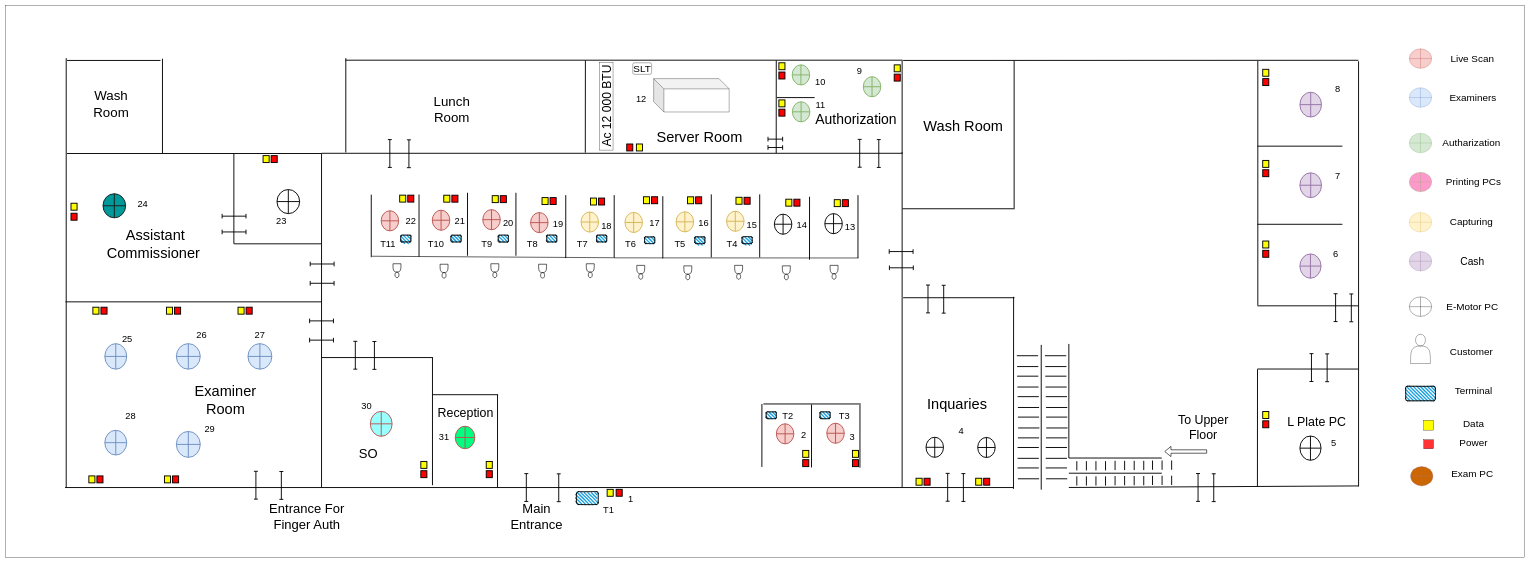
Earlier version of the draw.io diagram gampaha_full.drawio (thushan-harshajeewa/dmt-diagrams). Source tidied: cells renumbered, new cells numbered last; positions are measured from the earlier drawing's top-left corner, leaving out a move shared by most shapes. Both pictures are drawn from the tidied source at 31%, with x=0, y=0 at pixel (5, 5).
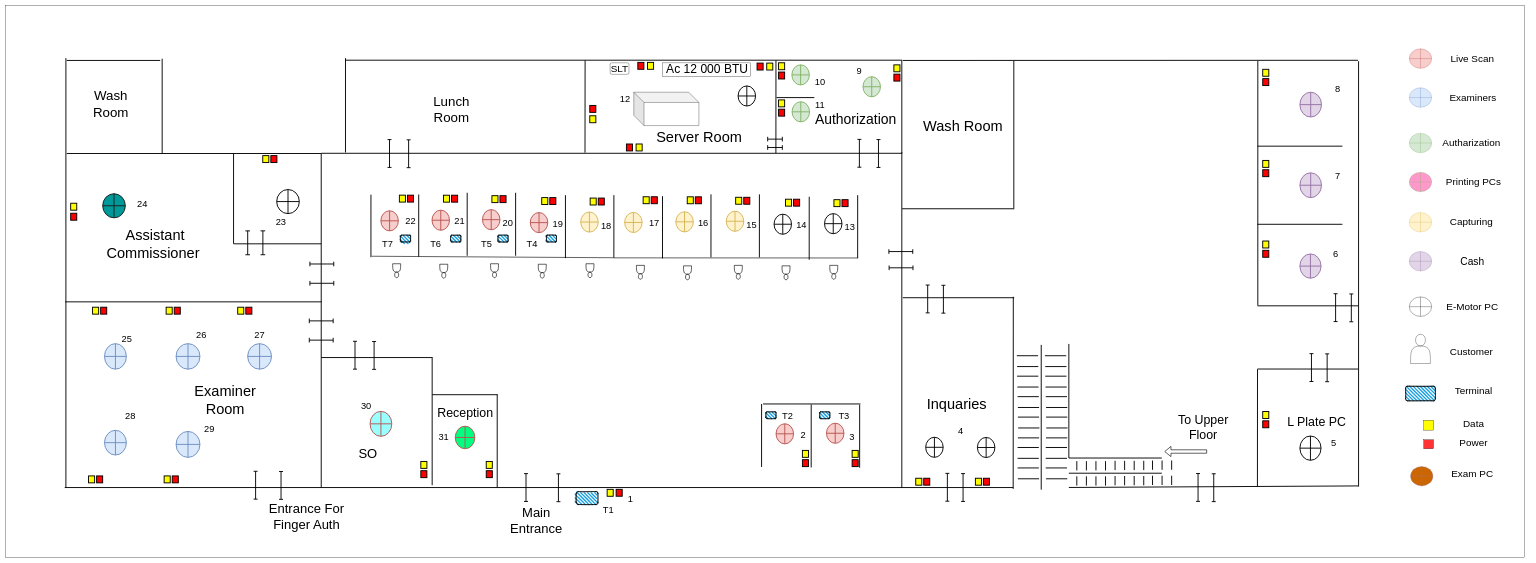
The same diagram, later.

The change refers to these unchanged cells:
```xml
<mxCell id="2" style="group;" parent="1" vertex="1">
  <mxGeometry x="21" width="4900" height="1780" as="geometry" />
</mxCell>
```

Change to the diagram source:
```diff
@@
     <mxCell id="4" style="group;" parent="2" vertex="1">
-      <mxGeometry x="171.3" y="170" width="3095.4" height="1490" as="geometry" />
+      <mxGeometry x="170.3" y="170" width="3095.4" height="1490" as="geometry" />
     </mxCell>
@@
-    <mxCell id="66" style="rounded=1;whiteSpace=wrap;html=1;strokeWidth=2;fillWeight=4;hachureGap=8;hachureAngle=45;fillColor=#1ba1e2;sketch=1;direction=west;" parent="4" vertex="1">
-      <mxGeometry x="1869.3" y="576.4" width="32.8" height="21.9" as="geometry" />
-    </mxCell>
-    <mxCell id="67" style="rounded=1;whiteSpace=wrap;html=1;strokeWidth=2;fillWeight=4;hachureGap=8;hachureAngle=45;fillColor=#1ba1e2;sketch=1;direction=west;" parent="4" vertex="1">
-      <mxGeometry x="2031.4" y="576.4" width="32.8" height="21.9" as="geometry" />
-    </mxCell>
-    <mxCell id="68" style="rounded=1;whiteSpace=wrap;html=1;strokeWidth=2;fillWeight=4;hachureGap=8;hachureAngle=45;fillColor=#1ba1e2;sketch=1;direction=west;" parent="4" vertex="1">
-      <mxGeometry x="2183.9" y="576.4" width="32.8" height="21.9" as="geometry" />
-    </mxCell>
@@
     <mxCell id="95" value="&lt;font style=&quot;font-size: 42px;&quot;&gt;Main Entrance&lt;/font&gt;" style="text;html=1;align=center;verticalAlign=middle;whiteSpace=wrap;rounded=0;" parent="4" vertex="1">
-      <mxGeometry x="1501.8" y="1467.5" width="38.5" height="22.5" as="geometry" />
+      <mxGeometry x="1501.8" y="1479.5" width="38.5" height="22.5" as="geometry" />
     </mxCell>
@@
     <mxCell id="124" style="rounded=1;whiteSpace=wrap;html=1;" parent="4" vertex="1">
-      <mxGeometry x="1831.4" y="15" width="60.7" height="37.4" as="geometry" />
+      <mxGeometry x="1759.4" y="15" width="60.7" height="37.4" as="geometry" />
     </mxCell>
-    <mxCell id="125" style="rounded=0;whiteSpace=wrap;html=1;direction=west;" parent="4" vertex="1">
-      <mxGeometry x="1723.2" y="13" width="44.5" height="283.6" as="geometry" />
+    <mxCell id="125" style="rounded=0;whiteSpace=wrap;html=1;direction=north;" parent="4" vertex="1">
+      <mxGeometry x="1928.5" y="15.4" width="283.6" height="44.5" as="geometry" />
     </mxCell>
-    <mxCell id="126" value="&lt;font style=&quot;font-size: 39px;&quot;&gt;Ac 12 000 BTU&lt;/font&gt;" style="text;html=1;align=center;verticalAlign=middle;whiteSpace=wrap;rounded=0;rotation=270;strokeWidth=2;" parent="4" vertex="1">
-      <mxGeometry x="1593.4" y="152" width="308.4" height="3.5" as="geometry" />
+    <mxCell id="126" value="&lt;font style=&quot;font-size: 39px;&quot;&gt;Ac 12 000 BTU&lt;/font&gt;" style="text;html=1;align=center;verticalAlign=middle;whiteSpace=wrap;rounded=0;rotation=0;strokeWidth=2;" parent="4" vertex="1">
+      <mxGeometry x="1918.2" y="34.9" width="308.4" height="3.5" as="geometry" />
     </mxCell>
     <mxCell id="127" value="&lt;font style=&quot;font-size: 32px;&quot;&gt;SLT&lt;/font&gt;" style="text;html=1;align=center;verticalAlign=middle;whiteSpace=wrap;rounded=0;rotation=0;" parent="4" vertex="1">
-      <mxGeometry x="1851.4" y="31.6" width="19.9" height="3.5" as="geometry" />
+      <mxGeometry x="1779.4" y="31.6" width="19.9" height="3.5" as="geometry" />
     </mxCell>
@@
-    <mxCell id="156" style="shape=crossbar;whiteSpace=wrap;html=1;rounded=1;direction=west;strokeWidth=3;" parent="4" vertex="1">
-      <mxGeometry x="506.7" y="553.2" width="77" height="15" as="geometry" />
+    <mxCell id="156" style="shape=crossbar;whiteSpace=wrap;html=1;rounded=1;direction=north;strokeWidth=3;" parent="4" vertex="1">
+      <mxGeometry x="631.7" y="557.2" width="15" height="77" as="geometry" />
     </mxCell>
-    <mxCell id="157" style="shape=crossbar;whiteSpace=wrap;html=1;rounded=1;direction=west;strokeWidth=3;" parent="4" vertex="1">
-      <mxGeometry x="506.7" y="502.3" width="77" height="15" as="geometry" />
+    <mxCell id="157" style="shape=crossbar;whiteSpace=wrap;html=1;rounded=1;direction=north;strokeWidth=3;" parent="4" vertex="1">
+      <mxGeometry x="582.7" y="557.3" width="15" height="77" as="geometry" />
     </mxCell>
@@
-    <mxCell id="180" style="rounded=1;whiteSpace=wrap;html=1;strokeWidth=2;fillWeight=4;hachureGap=8;hachureAngle=45;fillColor=#1ba1e2;sketch=1;direction=west;" parent="4" vertex="1">
-      <mxGeometry x="1714.5" y="571.2" width="32.8" height="21.9" as="geometry" />
-    </mxCell>
@@
     <mxCell id="205" value="&lt;font style=&quot;font-size: 30px;&quot;&gt;12&lt;/font&gt;" style="text;html=1;align=center;verticalAlign=middle;whiteSpace=wrap;rounded=0;strokeWidth=3;" parent="4" vertex="1">
-      <mxGeometry x="1845.7" y="121.3" width="25.6" height="19.4" as="geometry" />
+      <mxGeometry x="1794.7" y="121.3" width="25.6" height="19.4" as="geometry" />
     </mxCell>
     <mxCell id="206" value="&lt;font style=&quot;font-size: 30px;&quot;&gt;23&lt;/font&gt;" style="text;html=1;align=center;verticalAlign=middle;whiteSpace=wrap;rounded=0;strokeWidth=3;" parent="4" vertex="1">
-      <mxGeometry x="685.1" y="513.2" width="25.6" height="19.4" as="geometry" />
+      <mxGeometry x="685.1" y="517.2" width="25.6" height="19.4" as="geometry" />
     </mxCell>
@@
-    <mxCell id="215" value="&lt;font style=&quot;font-size: 30px;&quot;&gt;T4&lt;/font&gt;" style="text;html=1;align=center;verticalAlign=middle;whiteSpace=wrap;rounded=0;strokeWidth=3;" parent="4" vertex="1">
-      <mxGeometry x="2138.8" y="590.3" width="25.6" height="19.4" as="geometry" />
-    </mxCell>
-    <mxCell id="216" value="&lt;font style=&quot;font-size: 30px;&quot;&gt;T5&lt;/font&gt;" style="text;html=1;align=center;verticalAlign=middle;whiteSpace=wrap;rounded=0;strokeWidth=3;" parent="4" vertex="1">
-      <mxGeometry x="1970.6" y="590.3" width="25.6" height="19.4" as="geometry" />
-    </mxCell>
-    <mxCell id="217" value="&lt;font style=&quot;font-size: 30px;&quot;&gt;T6&lt;/font&gt;" style="text;html=1;align=center;verticalAlign=middle;whiteSpace=wrap;rounded=0;strokeWidth=3;" parent="4" vertex="1">
-      <mxGeometry x="1811.9" y="590.3" width="25.6" height="19.4" as="geometry" />
-    </mxCell>
-    <mxCell id="218" value="&lt;font style=&quot;font-size: 30px;&quot;&gt;T7&lt;/font&gt;" style="text;html=1;align=center;verticalAlign=middle;whiteSpace=wrap;rounded=0;strokeWidth=3;" parent="4" vertex="1">
-      <mxGeometry x="1655.9" y="590.3" width="25.6" height="19.4" as="geometry" />
-    </mxCell>
-    <mxCell id="219" value="&lt;font style=&quot;font-size: 30px;&quot;&gt;T8&lt;/font&gt;" style="text;html=1;align=center;verticalAlign=middle;whiteSpace=wrap;rounded=0;strokeWidth=3;" parent="4" vertex="1">
+    <mxCell id="219" value="&lt;font style=&quot;font-size: 30px;&quot;&gt;T4&lt;/font&gt;" style="text;html=1;align=center;verticalAlign=middle;whiteSpace=wrap;rounded=0;strokeWidth=3;" parent="4" vertex="1">
       <mxGeometry x="1494.5" y="590.3" width="25.6" height="19.4" as="geometry" />
     </mxCell>
-    <mxCell id="220" value="&lt;font style=&quot;font-size: 30px;&quot;&gt;T9&lt;/font&gt;" style="text;html=1;align=center;verticalAlign=middle;whiteSpace=wrap;rounded=0;strokeWidth=3;" parent="4" vertex="1">
+    <mxCell id="220" value="&lt;font style=&quot;font-size: 30px;&quot;&gt;T5&lt;/font&gt;" style="text;html=1;align=center;verticalAlign=middle;whiteSpace=wrap;rounded=0;strokeWidth=3;" parent="4" vertex="1">
       <mxGeometry x="1347.6" y="590.3" width="25.6" height="19.4" as="geometry" />
     </mxCell>
-    <mxCell id="221" value="&lt;font style=&quot;font-size: 30px;&quot;&gt;T10&lt;/font&gt;" style="text;html=1;align=center;verticalAlign=middle;whiteSpace=wrap;rounded=0;strokeWidth=3;" parent="4" vertex="1">
+    <mxCell id="221" value="&lt;font style=&quot;font-size: 30px;&quot;&gt;T6&lt;/font&gt;" style="text;html=1;align=center;verticalAlign=middle;whiteSpace=wrap;rounded=0;strokeWidth=3;" parent="4" vertex="1">
       <mxGeometry x="1183.6" y="590.3" width="25.6" height="19.4" as="geometry" />
     </mxCell>
-    <mxCell id="222" value="&lt;font style=&quot;font-size: 30px;&quot;&gt;T11&lt;/font&gt;" style="text;html=1;align=center;verticalAlign=middle;whiteSpace=wrap;rounded=0;strokeWidth=3;" parent="4" vertex="1">
+    <mxCell id="222" value="&lt;font style=&quot;font-size: 30px;&quot;&gt;T7&lt;/font&gt;" style="text;html=1;align=center;verticalAlign=middle;whiteSpace=wrap;rounded=0;strokeWidth=3;" parent="4" vertex="1">
       <mxGeometry x="1028.6" y="590.3" width="25.6" height="19.4" as="geometry" />
     </mxCell>
+    <mxCell id="341" style="shape=orEllipse;perimeter=ellipsePerimeter;whiteSpace=wrap;html=1;backgroundOutline=1;strokeWidth=3;" parent="4" vertex="1">
+      <mxGeometry x="2172.1" y="89.7" width="56.4" height="64.8" as="geometry" />
+    </mxCell>
@@
     <mxCell id="328" style="shape=cube;whiteSpace=wrap;html=1;boundedLbl=1;backgroundOutline=1;darkOpacity=0.05;darkOpacity2=0.1;size=33;" parent="2" vertex="1">
-      <mxGeometry x="2070" y="236.1" width="243.7" height="107.6" as="geometry" />
+      <mxGeometry x="2006" y="280" width="210" height="107.6" as="geometry" />
     </mxCell>
@@
+    <mxCell id="342" style="rounded=0;whiteSpace=wrap;html=1;fillColor=#FFFF00;strokeWidth=3;" parent="2" vertex="1">
+      <mxGeometry x="2050.2" y="183.7" width="19.6" height="22.4" as="geometry" />
+    </mxCell>
+    <mxCell id="343" style="rounded=0;whiteSpace=wrap;html=1;fillColor=#FF0000;strokeWidth=3;" parent="2" vertex="1">
+      <mxGeometry x="2019" y="183.7" width="19.6" height="22.4" as="geometry" />
+    </mxCell>
+    <mxCell id="344" style="rounded=0;whiteSpace=wrap;html=1;fillColor=#FFFF00;strokeWidth=3;" parent="2" vertex="1">
+      <mxGeometry x="2434.8" y="186" width="19.6" height="22.4" as="geometry" />
+    </mxCell>
+    <mxCell id="345" style="rounded=0;whiteSpace=wrap;html=1;fillColor=#FF0000;strokeWidth=3;" parent="2" vertex="1">
+      <mxGeometry x="2403.6" y="186" width="19.6" height="22.4" as="geometry" />
+    </mxCell>
+    <mxCell id="346" style="rounded=0;whiteSpace=wrap;html=1;fillColor=#FF0000;strokeWidth=3;" parent="2" vertex="1">
+      <mxGeometry x="1864" y="322.6" width="19.6" height="22.4" as="geometry" />
+    </mxCell>
+    <mxCell id="347" style="rounded=0;whiteSpace=wrap;html=1;fillColor=#FFFF00;strokeWidth=3;" parent="2" vertex="1">
+      <mxGeometry x="1864" y="356" width="19.6" height="22.4" as="geometry" />
+    </mxCell>
```
